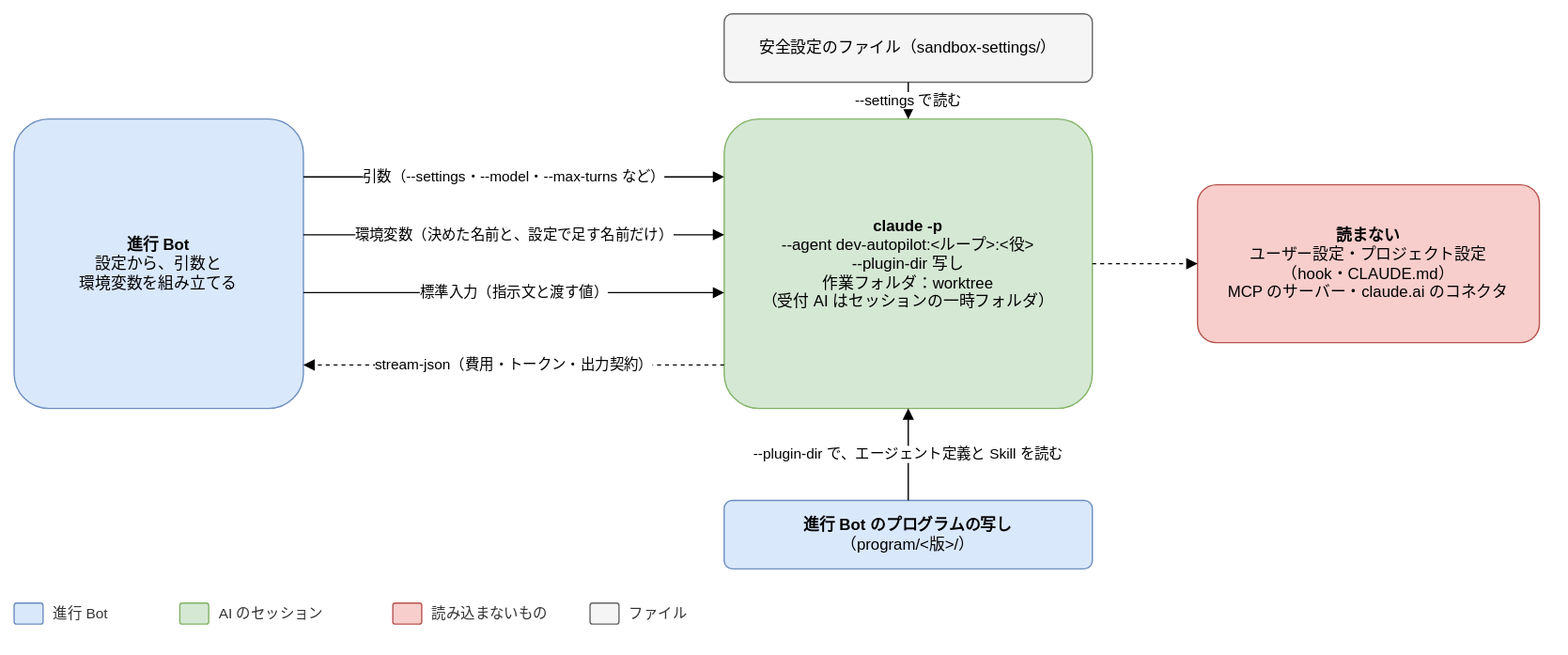
Above: docs/design/basic/diagrams/03-launch.drawio.svg in Joymerrevent/dev-autopilot (draw.io), before the change. Source tidied: cells renumbered, new cells last; positions are measured from the earlier drawing's top-left corner, leaving out a move shared by most shapes.
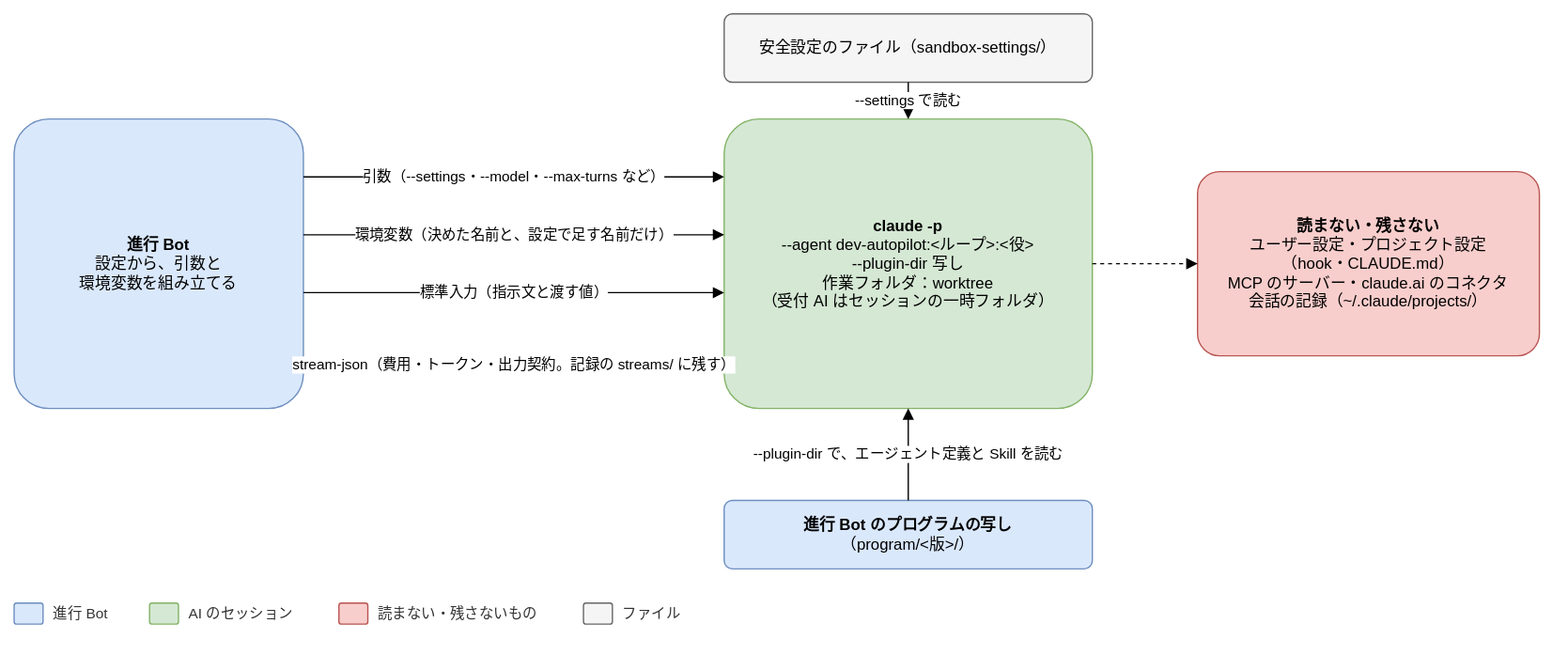
Later version of the same file.

Change to the diagram source:
```diff
@@ -11,8 +11,8 @@
     <mxCell id="4" value="安全設定のファイル（sandbox-settings/）" style="rounded=1;whiteSpace=wrap;html=1;fontSize=12;arcSize=12;spacing=12;fillColor=#f5f5f5;strokeColor=#666666;" parent="1" vertex="1">
       <mxGeometry x="540" width="280" height="52" as="geometry" />
     </mxCell>
-    <mxCell id="5" value="&lt;b&gt;読まない&lt;/b&gt;&lt;br&gt;ユーザー設定・プロジェクト設定&lt;br&gt;（hook・CLAUDE.md）&lt;br&gt;MCP のサーバー・claude.ai のコネクタ" style="rounded=1;whiteSpace=wrap;html=1;fontSize=12;arcSize=12;spacing=12;fillColor=#f8cecc;strokeColor=#b85450;" parent="1" vertex="1">
-      <mxGeometry x="900" y="130" width="260" height="120" as="geometry" />
+    <mxCell id="5" value="&lt;b&gt;読まない・残さない&lt;/b&gt;&lt;br&gt;ユーザー設定・プロジェクト設定&lt;br&gt;（hook・CLAUDE.md）&lt;br&gt;MCP のサーバー・claude.ai のコネクタ&lt;br&gt;会話の記録（~/.claude/projects/）" style="rounded=1;whiteSpace=wrap;html=1;fontSize=12;arcSize=12;spacing=12;fillColor=#f8cecc;strokeColor=#b85450;" parent="1" vertex="1">
+      <mxGeometry x="900" y="120" width="260" height="140" as="geometry" />
     </mxCell>
     <mxCell id="6" value="引数（--settings・--model・--max-turns など）" style="edgeStyle=orthogonalEdgeStyle;rounded=1;html=1;endArrow=block;endFill=1;fontSize=11;labelBackgroundColor=#ffffff;exitX=1;exitY=0.2;exitDx=0;exitDy=0;entryX=0;entryY=0.2;entryDx=0;entryDy=0;" parent="1" edge="1" source="2" target="3">
       <mxGeometry relative="1" as="geometry" />
@@ -23,7 +23,7 @@
     <mxCell id="8" value="標準入力（指示文と渡す値）" style="edgeStyle=orthogonalEdgeStyle;rounded=1;html=1;endArrow=block;endFill=1;fontSize=11;labelBackgroundColor=#ffffff;exitX=1;exitY=0.6;exitDx=0;exitDy=0;entryX=0;entryY=0.6;entryDx=0;entryDy=0;" parent="1" edge="1" source="2" target="3">
       <mxGeometry relative="1" as="geometry" />
     </mxCell>
-    <mxCell id="9" value="stream-json（費用・トークン・出力契約）" style="edgeStyle=orthogonalEdgeStyle;rounded=1;html=1;endArrow=block;endFill=1;fontSize=11;labelBackgroundColor=#ffffff;dashed=1;exitX=0;exitY=0.85;exitDx=0;exitDy=0;entryX=1;entryY=0.85;entryDx=0;entryDy=0;" parent="1" edge="1" source="3" target="2">
+    <mxCell id="9" value="stream-json（費用・トークン・出力契約。記録の streams/ に残す）" style="edgeStyle=orthogonalEdgeStyle;rounded=1;html=1;endArrow=block;endFill=1;fontSize=11;labelBackgroundColor=#ffffff;dashed=1;exitX=0;exitY=0.85;exitDx=0;exitDy=0;entryX=1;entryY=0.85;entryDx=0;entryDy=0;" parent="1" edge="1" source="3" target="2">
       <mxGeometry relative="1" as="geometry" />
     </mxCell>
     <mxCell id="10" value="--settings で読む" style="edgeStyle=orthogonalEdgeStyle;rounded=1;html=1;endArrow=block;endFill=1;fontSize=11;labelBackgroundColor=#ffffff;exitX=0.5;exitY=1;exitDx=0;exitDy=0;entryX=0.5;entryY=0;entryDx=0;entryDy=0;" parent="1" edge="1" source="4" target="3">
@@ -32,35 +32,35 @@
     <mxCell id="11" style="edgeStyle=orthogonalEdgeStyle;rounded=1;html=1;endArrow=block;endFill=1;fontSize=11;labelBackgroundColor=#ffffff;dashed=1;exitX=1;exitY=0.5;exitDx=0;exitDy=0;entryX=0;entryY=0.5;entryDx=0;entryDy=0;" parent="1" edge="1" source="3" target="5">
       <mxGeometry relative="1" as="geometry" />
     </mxCell>
+    <mxCell id="18" value="&lt;b&gt;進行 Bot のプログラムの写し&lt;/b&gt;（program/&amp;lt;版&amp;gt;/）" style="rounded=1;whiteSpace=wrap;html=1;fontSize=12;arcSize=12;spacing=12;fillColor=#dae8fc;strokeColor=#6c8ebf;" parent="1" vertex="1">
+      <mxGeometry x="540" y="370" width="280" height="52" as="geometry" />
+    </mxCell>
+    <mxCell id="19" value="--plugin-dir で、エージェント定義と Skill を読む" style="edgeStyle=orthogonalEdgeStyle;rounded=1;html=1;endArrow=block;endFill=1;fontSize=11;labelBackgroundColor=#ffffff;exitX=0.5;exitY=0;exitDx=0;exitDy=0;entryX=0.5;entryY=1;entryDx=0;entryDy=0;" parent="1" edge="1" source="18" target="3">
+      <mxGeometry relative="1" as="geometry" />
+    </mxCell>
     <mxCell id="12" style="rounded=1;whiteSpace=wrap;html=1;fontSize=12;arcSize=12;spacing=12;fillColor=#dae8fc;strokeColor=#6c8ebf;" parent="1" vertex="1">
       <mxGeometry y="448" width="22" height="16" as="geometry" />
     </mxCell>
     <mxCell id="13" value="進行 Bot" style="text;html=1;align=left;verticalAlign=middle;fontSize=11;fontColor=#333333;" parent="1" vertex="1">
-      <mxGeometry x="28" y="446" width="82" height="20" as="geometry" />
+      <mxGeometry x="28" y="446" width="59" height="20" as="geometry" />
     </mxCell>
     <mxCell id="14" style="rounded=1;whiteSpace=wrap;html=1;fontSize=12;arcSize=12;spacing=12;fillColor=#d5e8d4;strokeColor=#82b366;" parent="1" vertex="1">
-      <mxGeometry x="126" y="448" width="22" height="16" as="geometry" />
+      <mxGeometry x="103" y="448" width="22" height="16" as="geometry" />
     </mxCell>
     <mxCell id="15" value="AI のセッション" style="text;html=1;align=left;verticalAlign=middle;fontSize=11;fontColor=#333333;" parent="1" vertex="1">
-      <mxGeometry x="154" y="446" width="118" height="20" as="geometry" />
+      <mxGeometry x="131" y="446" width="100" height="20" as="geometry" />
     </mxCell>
     <mxCell id="16" style="rounded=1;whiteSpace=wrap;html=1;fontSize=12;arcSize=12;spacing=12;fillColor=#f8cecc;strokeColor=#b85450;" parent="1" vertex="1">
-      <mxGeometry x="288" y="448" width="22" height="16" as="geometry" />
+      <mxGeometry x="247" y="448" width="22" height="16" as="geometry" />
     </mxCell>
-    <mxCell id="17" value="読み込まないもの" style="text;html=1;align=left;verticalAlign=middle;fontSize=11;fontColor=#333333;" parent="1" vertex="1">
-      <mxGeometry x="316" y="446" width="106" height="20" as="geometry" />
+    <mxCell id="17" value="読まない・残さないもの" style="text;html=1;align=left;verticalAlign=middle;fontSize=11;fontColor=#333333;" parent="1" vertex="1">
+      <mxGeometry x="275" y="446" width="142" height="20" as="geometry" />
     </mxCell>
-    <mxCell id="18" value="&lt;b&gt;進行 Bot のプログラムの写し&lt;/b&gt;（program/&amp;lt;版&amp;gt;/）" style="rounded=1;whiteSpace=wrap;html=1;fontSize=12;arcSize=12;spacing=12;fillColor=#dae8fc;strokeColor=#6c8ebf;" parent="1" vertex="1">
-      <mxGeometry x="540" y="370" width="280" height="52" as="geometry" />
-    </mxCell>
-    <mxCell id="19" value="--plugin-dir で、エージェント定義と Skill を読む" style="edgeStyle=orthogonalEdgeStyle;rounded=1;html=1;endArrow=block;endFill=1;fontSize=11;labelBackgroundColor=#ffffff;exitX=0.5;exitY=0;exitDx=0;exitDy=0;entryX=0.5;entryY=1;entryDx=0;entryDy=0;" parent="1" edge="1" source="18" target="3">
-      <mxGeometry relative="1" as="geometry" />
-    </mxCell>
     <mxCell id="20" style="rounded=1;whiteSpace=wrap;html=1;fontSize=12;arcSize=12;spacing=12;fillColor=#f5f5f5;strokeColor=#666666;" parent="1" vertex="1">
-      <mxGeometry x="438" y="448" width="22" height="16" as="geometry" />
+      <mxGeometry x="433" y="448" width="22" height="16" as="geometry" />
     </mxCell>
     <mxCell id="21" value="ファイル" style="text;html=1;align=left;verticalAlign=middle;fontSize=11;fontColor=#333333;" parent="1" vertex="1">
-      <mxGeometry x="466" y="446" width="60" height="20" as="geometry" />
+      <mxGeometry x="461" y="446" width="58" height="20" as="geometry" />
     </mxCell>
   </root>
 </mxGraphModel>
```
